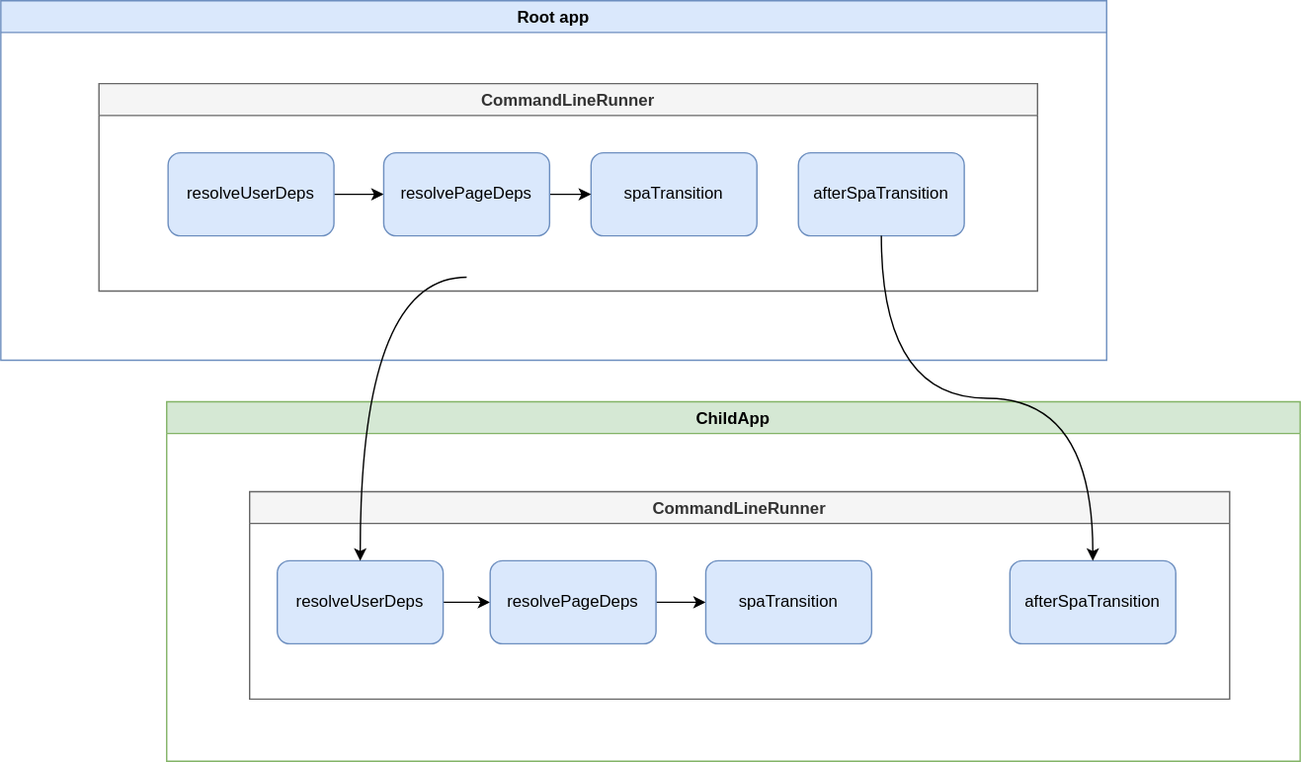
Earlier version of the draw.io export tools/docSite/static/img/child-app/command-line-runner-spa-not-loaded.drawio.svg (Tinkoff/tramvai). Source tidied: cells renumbered, new cells last; positions are measured from the earlier drawing's top-left corner, leaving out a move shared by most shapes.
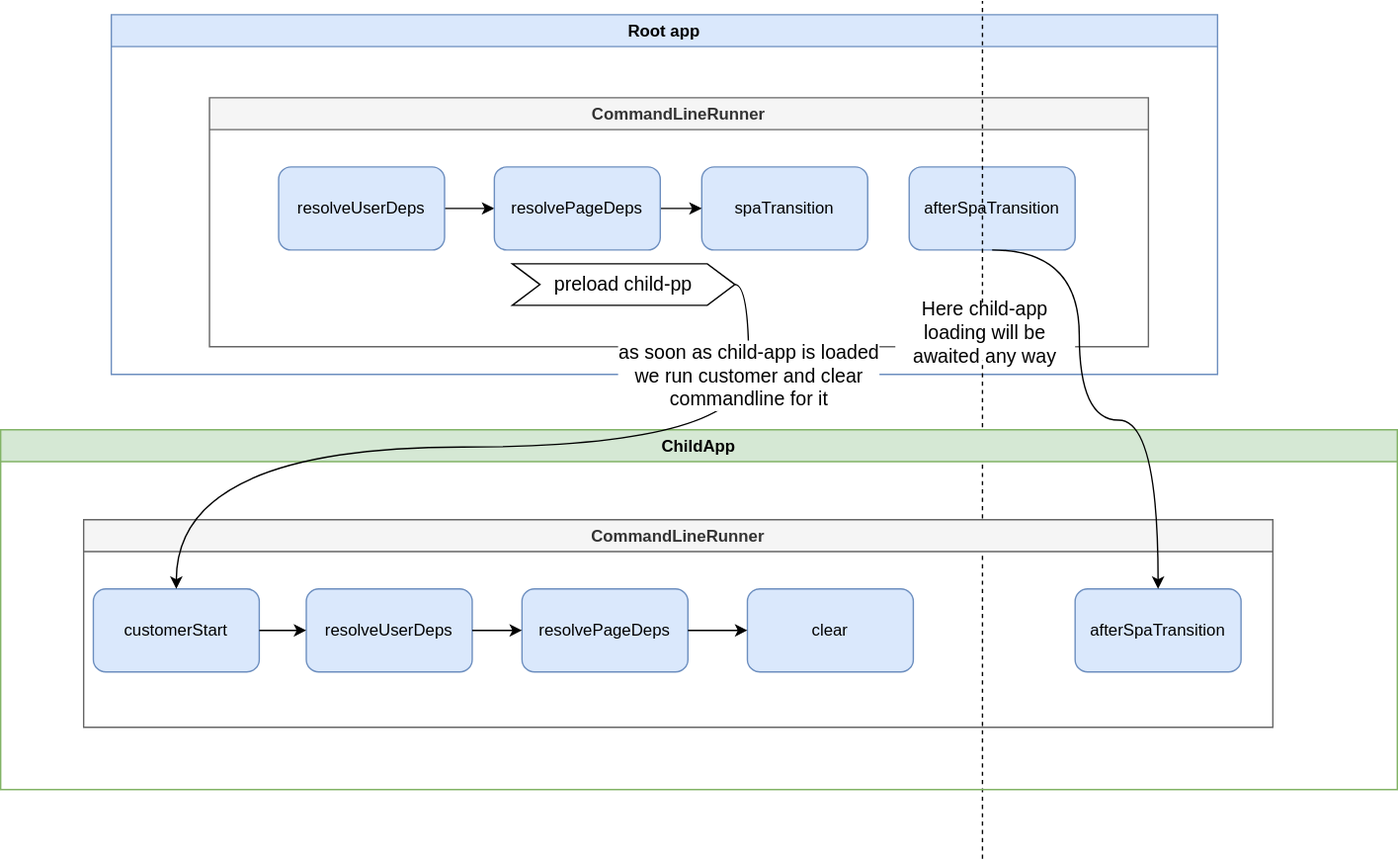
The same diagram one commit later.

Change to the diagram source:
```diff
@@ -6,7 +6,7 @@
       <mxGeometry width="800" height="260" as="geometry" />
     </mxCell>
     <mxCell id="3" value="CommandLineRunner" style="swimlane;fillColor=#f5f5f5;strokeColor=#666666;fontColor=#333333;" parent="2" vertex="1">
-      <mxGeometry x="71" y="60" width="679" height="150" as="geometry" />
+      <mxGeometry x="71" y="60" width="679" height="180" as="geometry" />
     </mxCell>
     <mxCell id="4" value="afterSpaTransition" style="rounded=1;whiteSpace=wrap;html=1;fillColor=#dae8fc;strokeColor=#6c8ebf;" parent="3" vertex="1">
       <mxGeometry x="506" y="50" width="120" height="60" as="geometry" />
@@ -26,37 +26,64 @@
     <mxCell id="9" value="resolvePageDeps" style="rounded=1;whiteSpace=wrap;html=1;fillColor=#dae8fc;strokeColor=#6c8ebf;" parent="3" vertex="1">
       <mxGeometry x="206" y="50" width="120" height="60" as="geometry" />
     </mxCell>
+    <mxCell id="20" value="&lt;font style=&quot;font-size: 14px;&quot;&gt;preload child-pp&lt;/font&gt;" style="shape=step;perimeter=stepPerimeter;whiteSpace=wrap;html=1;fixedSize=1;" parent="3" vertex="1">
+      <mxGeometry x="219" y="120" width="161" height="30" as="geometry" />
+    </mxCell>
+    <mxCell id="21" style="endArrow=none;dashed=1;html=1;fontSize=14;curved=1;" parent="3" edge="1">
+      <mxGeometry relative="1" as="geometry">
+        <mxPoint x="559" y="550" as="sourcePoint" />
+        <mxPoint x="559" y="-70" as="targetPoint" />
+      </mxGeometry>
+    </mxCell>
+    <mxCell id="22" value="Here child-app&amp;nbsp;&lt;br&gt;loading will be awaited any way" style="text;html=1;align=center;verticalAlign=middle;whiteSpace=wrap;rounded=0;fontSize=14;fillColor=default;" parent="3" vertex="1">
+      <mxGeometry x="496" y="150" width="130" height="40" as="geometry" />
+    </mxCell>
     <mxCell id="10" value="ChildApp" style="swimlane;fillColor=#d5e8d4;strokeColor=#82b366;startSize=23;" parent="1" vertex="1">
-      <mxGeometry x="120" y="290" width="820" height="260" as="geometry" />
+      <mxGeometry x="-80" y="300" width="1010" height="260" as="geometry" />
     </mxCell>
     <mxCell id="11" value="CommandLineRunner" style="swimlane;fillColor=#f5f5f5;strokeColor=#666666;fontColor=#333333;" parent="10" vertex="1">
-      <mxGeometry x="60" y="65" width="709" height="150" as="geometry" />
+      <mxGeometry x="60" y="65" width="860" height="150" as="geometry" />
     </mxCell>
+    <mxCell id="17" value="afterSpaTransition" style="rounded=1;whiteSpace=wrap;html=1;fillColor=#dae8fc;strokeColor=#6c8ebf;" parent="11" vertex="1">
+      <mxGeometry x="717" y="50" width="120" height="60" as="geometry" />
+    </mxCell>
+    <mxCell id="23" value="customerStart" style="rounded=1;whiteSpace=wrap;html=1;fillColor=#dae8fc;strokeColor=#6c8ebf;" parent="11" vertex="1">
+      <mxGeometry x="7" y="50" width="120" height="60" as="geometry" />
+    </mxCell>
+    <mxCell id="13" value="resolveUserDeps" style="rounded=1;whiteSpace=wrap;html=1;fillColor=#dae8fc;strokeColor=#6c8ebf;" parent="11" vertex="1">
+      <mxGeometry x="161" y="50" width="120" height="60" as="geometry" />
+    </mxCell>
+    <mxCell id="24" style="edgeStyle=orthogonalEdgeStyle;rounded=0;jettySize=auto;html=1;exitX=1;exitY=0.5;exitDx=0;exitDy=0;entryX=0;entryY=0.5;entryDx=0;entryDy=0;" parent="11" edge="1" source="23" target="13">
+      <mxGeometry relative="1" as="geometry" />
+    </mxCell>
+    <mxCell id="15" value="resolvePageDeps" style="rounded=1;whiteSpace=wrap;html=1;fillColor=#dae8fc;strokeColor=#6c8ebf;" parent="11" vertex="1">
+      <mxGeometry x="317" y="50" width="120" height="60" as="geometry" />
+    </mxCell>
     <mxCell id="12" style="edgeStyle=orthogonalEdgeStyle;rounded=0;jettySize=auto;html=1;exitX=1;exitY=0.5;exitDx=0;exitDy=0;entryX=0;entryY=0.5;entryDx=0;entryDy=0;" parent="11" edge="1" source="13" target="15">
       <mxGeometry relative="1" as="geometry" />
     </mxCell>
-    <mxCell id="13" value="resolveUserDeps" style="rounded=1;whiteSpace=wrap;html=1;fillColor=#dae8fc;strokeColor=#6c8ebf;" parent="11" vertex="1">
-      <mxGeometry x="20" y="50" width="120" height="60" as="geometry" />
-    </mxCell>
-    <mxCell id="14" style="edgeStyle=orthogonalEdgeStyle;rounded=0;jettySize=auto;html=1;exitX=1;exitY=0.5;exitDx=0;exitDy=0;entryX=0;entryY=0.5;entryDx=0;entryDy=0;" parent="11" edge="1" source="15" target="16">
-      <mxGeometry relative="1" as="geometry" />
-    </mxCell>
-    <mxCell id="15" value="resolvePageDeps" style="rounded=1;whiteSpace=wrap;html=1;fillColor=#dae8fc;strokeColor=#6c8ebf;" parent="11" vertex="1">
-      <mxGeometry x="174" y="50" width="120" height="60" as="geometry" />
-    </mxCell>
-    <mxCell id="16" value="spaTransition" style="rounded=1;whiteSpace=wrap;html=1;fillColor=#dae8fc;strokeColor=#6c8ebf;" parent="11" vertex="1">
-      <mxGeometry x="330" y="50" width="120" height="60" as="geometry" />
-    </mxCell>
-    <mxCell id="17" value="afterSpaTransition" style="rounded=1;whiteSpace=wrap;html=1;fillColor=#dae8fc;strokeColor=#6c8ebf;" parent="11" vertex="1">
-      <mxGeometry x="550" y="50" width="120" height="60" as="geometry" />
-    </mxCell>
-    <mxCell id="18" style="edgeStyle=orthogonalEdgeStyle;rounded=0;jettySize=auto;html=1;entryX=0.5;entryY=0;entryDx=0;entryDy=0;curved=1;" parent="1" edge="1" target="13">
-      <mxGeometry relative="1" as="geometry">
-        <mxPoint x="337" y="200" as="sourcePoint" />
-      </mxGeometry>
-    </mxCell>
+    <mxCell id="25" value="clear" style="rounded=1;whiteSpace=wrap;html=1;fillColor=#dae8fc;strokeColor=#6c8ebf;" parent="11" vertex="1">
+      <mxGeometry x="480" y="50" width="120" height="60" as="geometry" />
+    </mxCell>
+    <mxCell id="26" style="edgeStyle=none;html=1;exitX=1;exitY=0.5;exitDx=0;exitDy=0;entryX=0;entryY=0.5;entryDx=0;entryDy=0;" parent="11" edge="1" source="15" target="25">
+      <mxGeometry relative="1" as="geometry" />
+    </mxCell>
     <mxCell id="19" style="edgeStyle=orthogonalEdgeStyle;curved=1;rounded=0;jettySize=auto;html=1;exitX=0.5;exitY=1;exitDx=0;exitDy=0;entryX=0.5;entryY=0;entryDx=0;entryDy=0;" parent="1" edge="1" source="4" target="17">
-      <mxGeometry relative="1" as="geometry" />
+      <mxGeometry relative="1" as="geometry">
+        <Array as="points">
+          <mxPoint x="700" y="170" />
+          <mxPoint x="700" y="293" />
+          <mxPoint x="757" y="293" />
+        </Array>
+      </mxGeometry>
     </mxCell>
+    <mxCell id="27" style="edgeStyle=orthogonalEdgeStyle;html=1;exitX=1;exitY=0.5;exitDx=0;exitDy=0;entryX=0.5;entryY=0;entryDx=0;entryDy=0;fontSize=14;curved=1;" parent="1" edge="1" source="20" target="23">
+      <mxGeometry relative="1" as="geometry" />
+    </mxCell>
+    <mxCell id="28" value="as soon as child-app is loaded&lt;br&gt;we run customer and clear&amp;nbsp;&lt;br&gt;commandline for it" style="edgeLabel;html=1;align=center;verticalAlign=middle;fontSize=14;" parent="27" vertex="1">
+      <mxGeometry x="-0.41" y="-8" relative="1" as="geometry">
+        <mxPoint x="61" y="-44" as="offset" />
+      </mxGeometry>
+    </mxCell>
   </root>
 </mxGraphModel>
```
